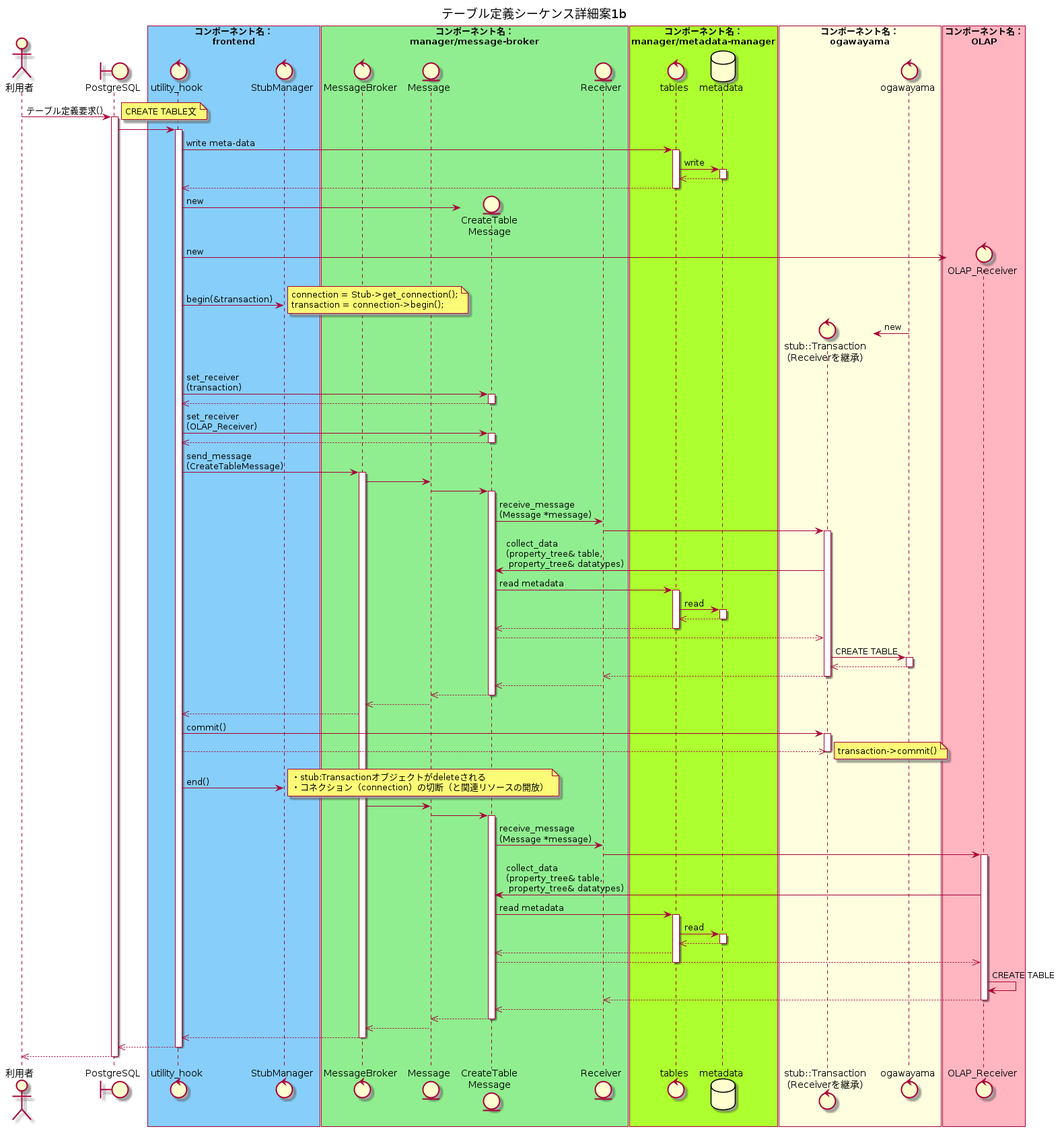
Earlier version of the PlantUML export docs/design/img/out/CREATE_TABLE_detail/テーブル定義シーケンス詳細案1b.png (project-tsurugi/tsurugi_fdw).
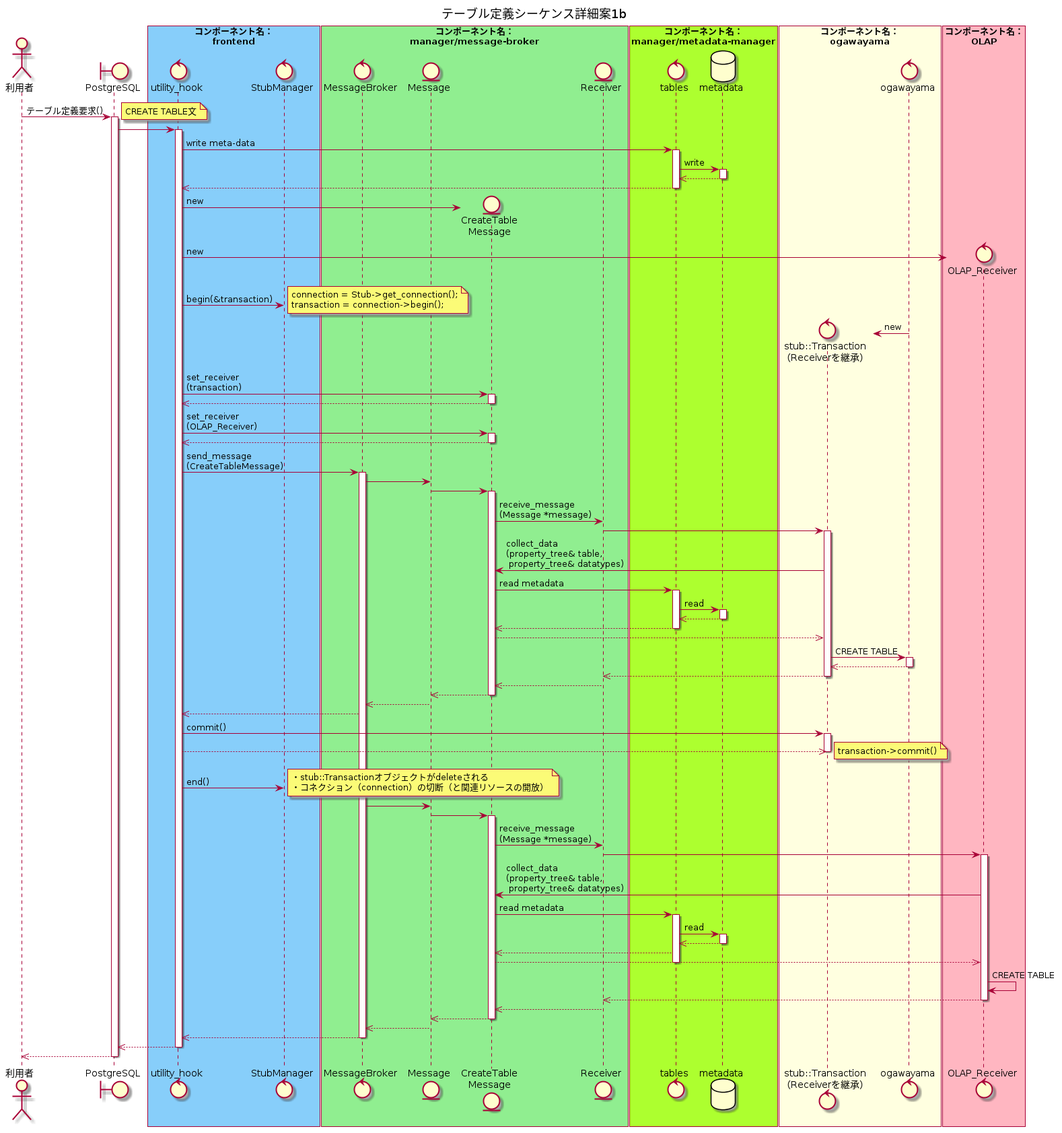
Above is the later version.

What changed in the source:
```diff
@@ -108,7 +108,7 @@
   end note
   utility_hook -> StubManager : end()
   note right
-  ・stub:Transactionオブジェクトがdeleteされる
+  ・stub::Transactionオブジェクトがdeleteされる
   ・コネクション（connection）の切断（と関連リソースの開放）
   end note
   MessageBroker -> Message
```
